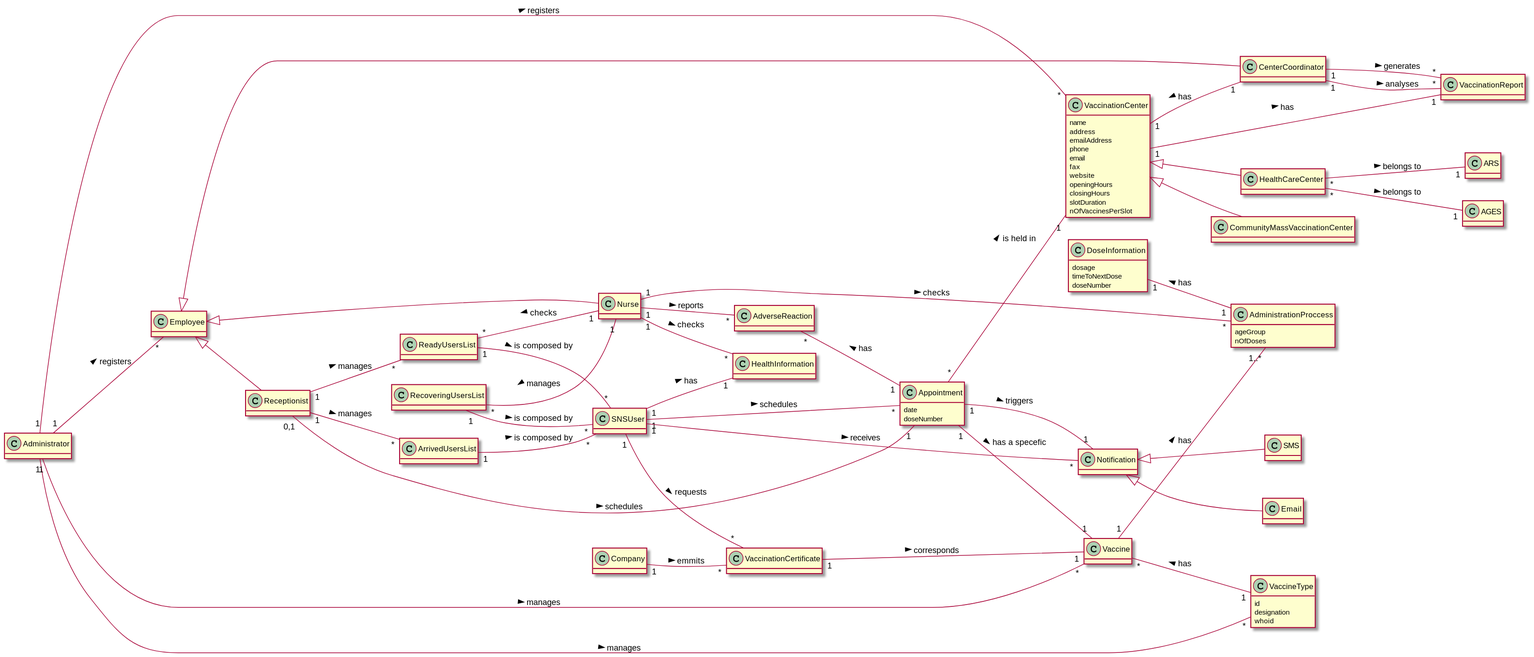
The PlantUML diagram docs/SprintC/DM.svg in miseEnPlace-i/lapr2, before a commit.
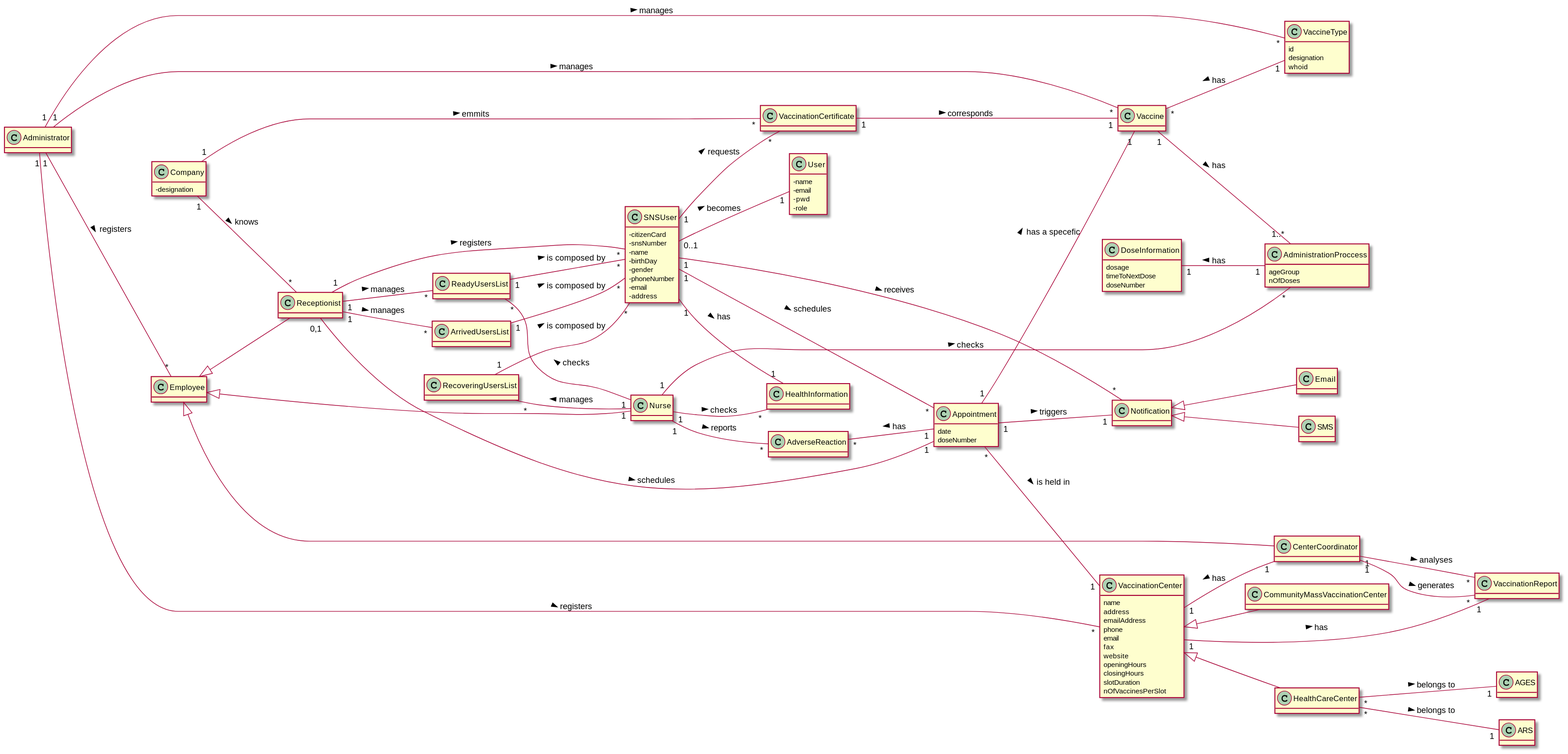
The same file after the commit.

Diff of the diagram source:
```diff
@@ -3,6 +3,10 @@
 hide methods
 left to right direction
 skinparam classAttributeIconSize 0
+
+class Company {
+  - designation
+}
 
 class CommunityMassVaccinationCenter {}
 
@@ -30,7 +34,23 @@
   whoid
 }
 
-class SNSUser {}
+class SNSUser {
+  - citizenCard
+  - snsNumber
+  - name
+  - birthDay
+  - gender
+  - phoneNumber
+  - email
+  - address
+}
+
+class User {
+  - name
+  - email
+  - pwd
+  - role
+}
 
 class HealthInformation {}
 
@@ -86,6 +106,7 @@
 
 Receptionist "1" -- "*" ReadyUsersList : manages >
 Receptionist "1" -- "*" ArrivedUsersList : manages >
+Receptionist "1" -- "*" SNSUser : registers >
 
 ReadyUsersList "1" -- "*" SNSUser : is composed by >
 ArrivedUsersList "1" -- "*" SNSUser : is composed by >
@@ -99,17 +120,19 @@
 Administrator "1" -- "*" VaccineType : manages >
 Administrator "1" -- "*" Vaccine : manages >
 
+Vaccine "1" -- "1..*" AdministrationProccess : has >
+
 SNSUser "1" -- "*" Appointment : schedules >
 SNSUser "1" -- "1" HealthInformation : has >
+SNSUser "1" -- "*" Notification : receives >
+SNSUser "1" -- "*" VaccinationCertificate : requests >
+SNSUser "0..1" -- "1" User : becomes >
 
-Vaccine "1" -- "1..*" AdministrationProccess : has >
-
-SNSUser "1" -- "*" Notification : receives >
-
-SNSUser "1" -- "*" VaccinationCertificate : requests >
 
 VaccinationCertificate "1" -- "1" Vaccine : corresponds >
+
 Company "1" -- "*" VaccinationCertificate : emmits >
+Company "1" -- "*" Receptionist : knows >
 
 Receptionist "0,1" -- "1" Appointment : schedules >
 
```
